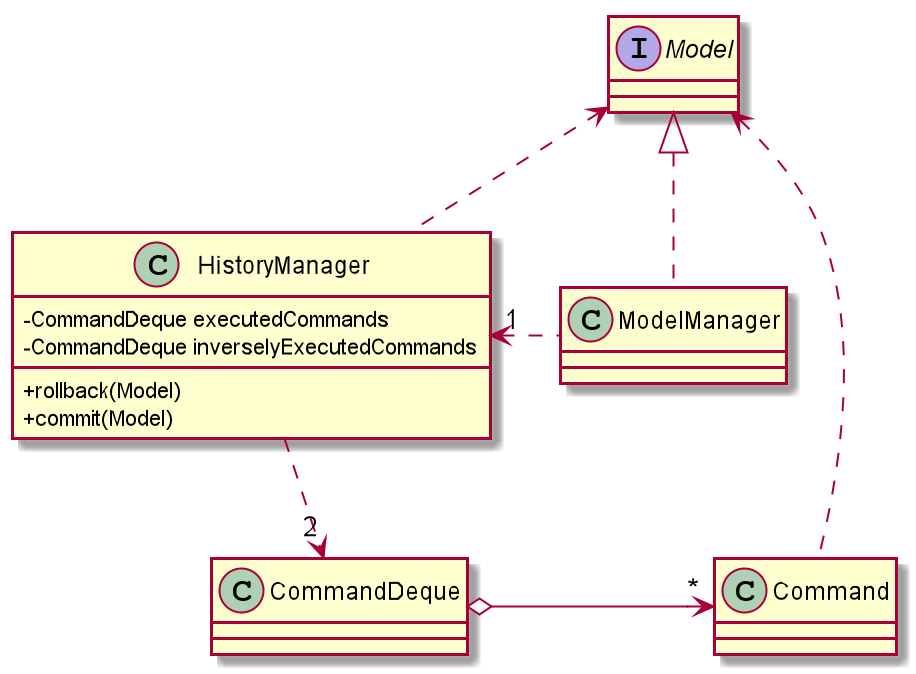
Earlier version of the PlantUML export docs/images/HistoryManagerModelClassDiagram.png (nus-cs2103-AY1920S1/addressbook-level3). Source of this version:
```plantuml
@startuml
skinparam classAttributeIconSize 0

interface Model

ModelManager .up.|> Model
ModelManager .left.> "1" HistoryManager
HistoryManager .up.> Model
HistoryManager .down.> "2" CommandDeque
CommandDeque o-right-> "*" Command
Command .up.> Model

class HistoryManager {
-CommandDeque executedCommands
-CommandDeque inverselyExecutedCommands
+rollback(Model)
+commit(Model)
}

@enduml
```
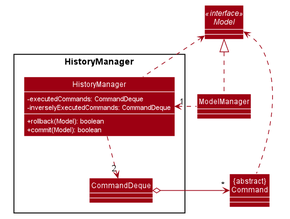
After the change.

The edit, as a diff of the source:
```diff
@@ -1,7 +1,66 @@
 @startuml
+
+
+
+
+
+
+
+
+skinparam BackgroundColor #FFFFFFF
+
+skinparam Shadowing false
+
+skinparam Class {
+    FontColor #FFFFFF
+    BorderThickness 1
+    BorderColor #FFFFFF
+    StereotypeFontColor #FFFFFF
+    FontName Arial
+    ClassAttributeFontColor #FFFFFFF
+}
+
+skinparam Actor {
+    BorderColor #000000
+    Color #000000
+    FontName Arial
+}
+
+skinparam Sequence {
+    MessageAlign center
+    BoxFontSize 15
+    BoxPadding 0
+    BoxFontColor #FFFFFF
+    FontName Arial
+}
+
+skinparam Participant {
+    FontColor #FFFFFFF
+    Padding 20
+}
+
+skinparam MinClassWidth 50
+skinparam ParticipantPadding 10
+skinparam Shadowing false
+skinparam DefaultTextAlignment center
+skinparam packageStyle Rectangle
+
+hide footbox
+hide circle
+skinparam arrowThickness 1.1
+skinparam arrowColor #9D0012
+skinparam classBackgroundColor #9D0012
 skinparam classAttributeIconSize 0
+skinparam classAttributeFontColor #FFFFFFF
 
-interface Model
+Package HistoryManager <<Rectangle>> {
+    Class HistoryManager
+    Class CommandDeque
+}
+
+Interface Model <<interface>>
+Class ModelManager
+Class "{abstract}\nCommand" as Command
 
 ModelManager .up.|> Model
 ModelManager .left.> "1" HistoryManager
@@ -11,10 +70,10 @@
 Command .up.> Model
 
 class HistoryManager {
--CommandDeque executedCommands
--CommandDeque inverselyExecutedCommands
-+rollback(Model)
-+commit(Model)
+-executedCommands: CommandDeque
+-inverselyExecutedCommands: CommandDeque
++rollback(Model): boolean
++commit(Model): boolean
 }
 
 @enduml
```
